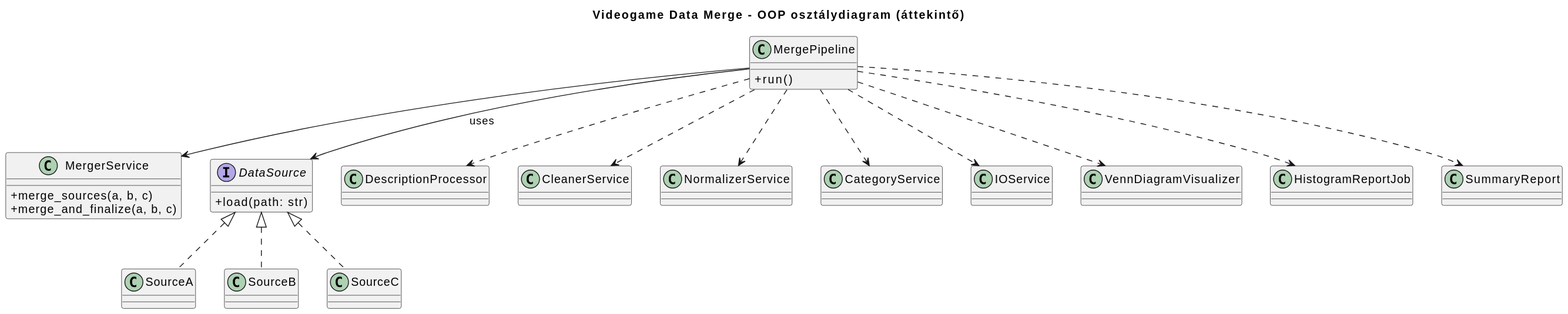
The PlantUML diagram doc/Classdiagram/merge.svg in Ddavid111/videogame-data-analysis, before a commit.
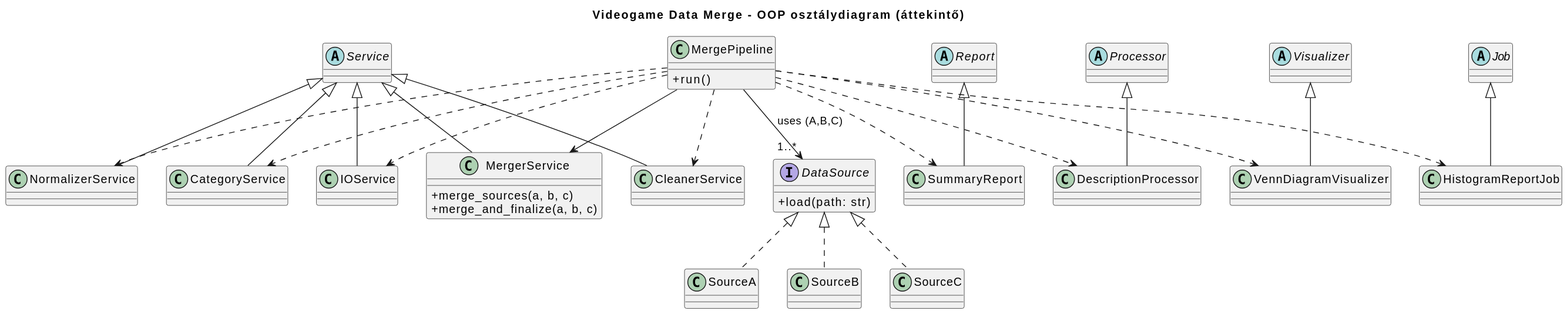
After the commit.

Change to the diagram source:
```diff
@@ -2,6 +2,13 @@
 title Videogame Data Merge - OOP osztálydiagram (áttekintő)
 
 skinparam classAttributeIconSize 0
+
+
+abstract class Service
+abstract class Processor
+abstract class Visualizer
+abstract class Job
+abstract class Report
 
 
 class MergePipeline {
@@ -12,6 +19,7 @@
   +merge_sources(a, b, c)
   +merge_and_finalize(a, b, c)
 }
+Service <|-- MergerService
 
 interface DataSource {
   +load(path: str)
@@ -25,7 +33,7 @@
 DataSource <|.. SourceB
 DataSource <|.. SourceC
 
-MergePipeline --> DataSource : uses
+MergePipeline --> "1..*" DataSource : uses (A,B,C)
 MergePipeline --> MergerService
 
 
@@ -38,6 +46,18 @@
 class HistogramReportJob
 class SummaryReport
 
+
+Service <|-- CleanerService
+Service <|-- NormalizerService
+Service <|-- CategoryService
+Service <|-- IOService
+
+Processor <|-- DescriptionProcessor
+Visualizer <|-- VennDiagramVisualizer
+Job <|-- HistogramReportJob
+Report <|-- SummaryReport
+
+
 MergePipeline ..> DescriptionProcessor
 MergePipeline ..> CleanerService
 MergePipeline ..> NormalizerService
```
